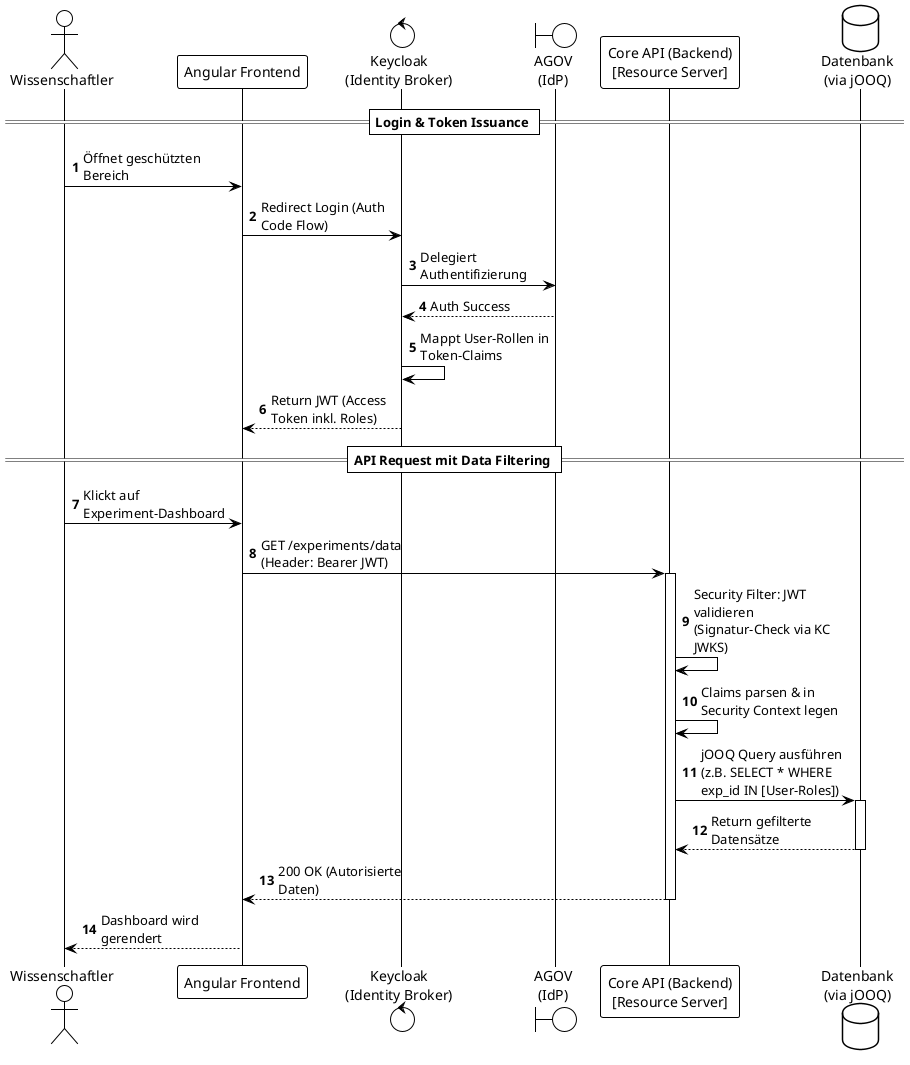
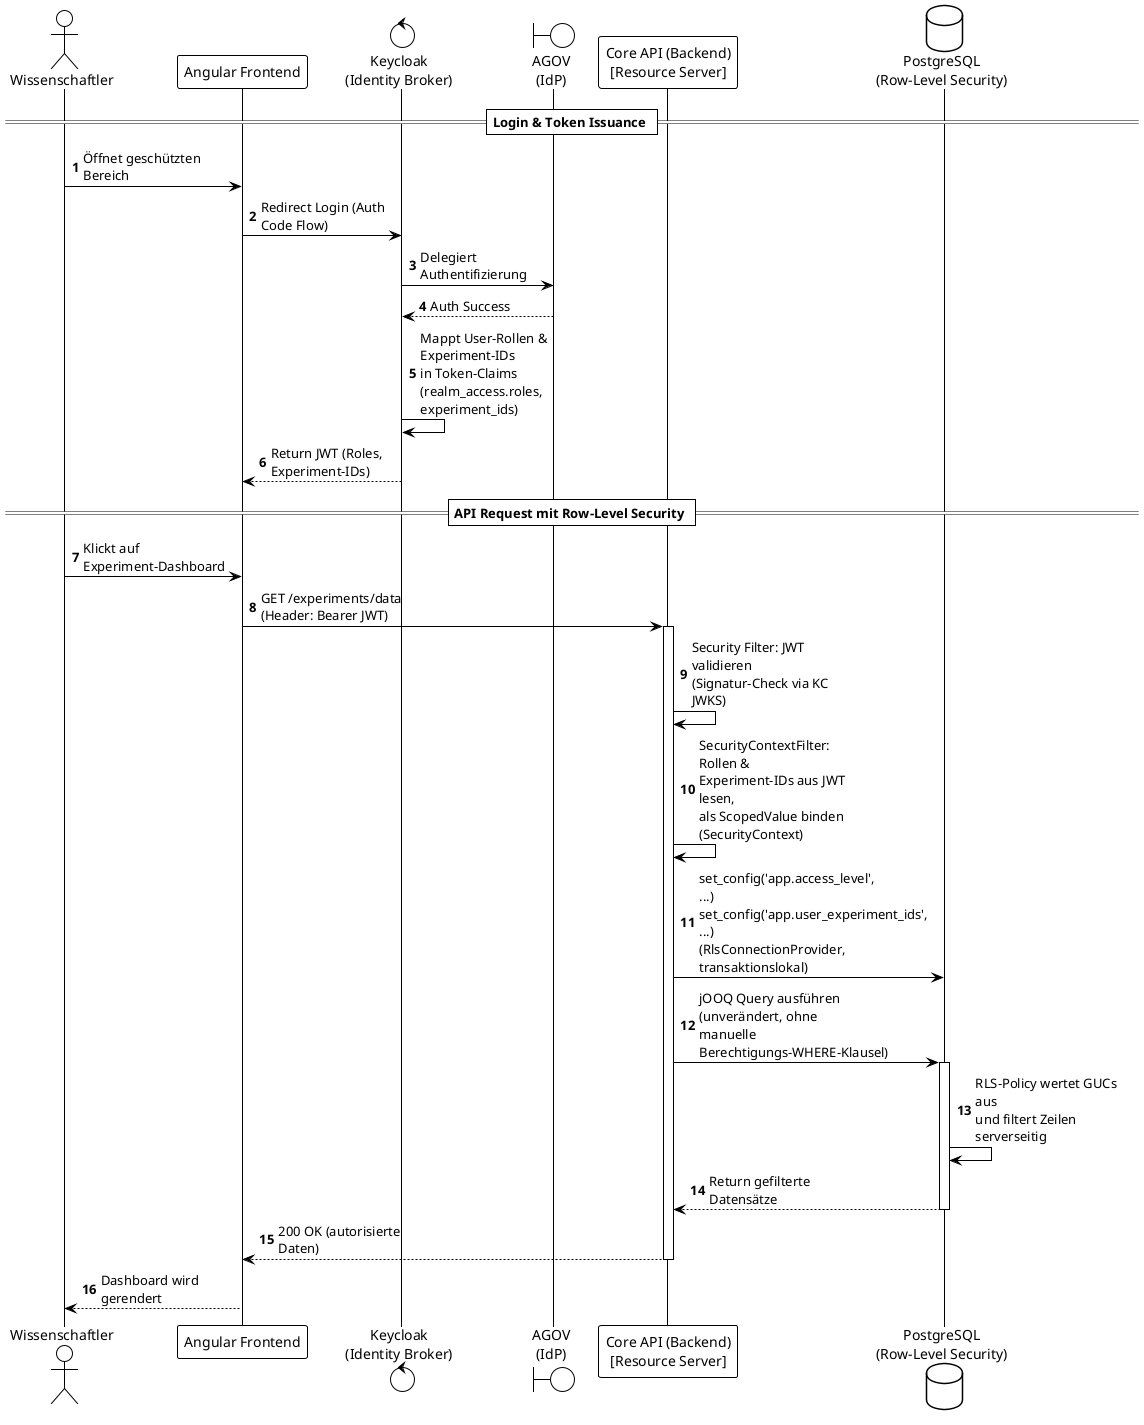
@startuml
!theme plain
autonumber
skinparam maxMessageSize 150

actor "Wissenschaftler" as User
participant "Angular Frontend" as UI
control "Keycloak\n(Identity Broker)" as KC
boundary "AGOV\n(IdP)" as AGOV
participant "Core API (Backend)\n[Resource Server]" as Backend
- database "Datenbank\n(via jOOQ)" as DB
+ database "PostgreSQL\n(Row-Level Security)" as DB

== Login & Token Issuance ==
User -> UI : Öffnet geschützten Bereich
UI -> KC : Redirect Login (Auth Code Flow)
KC -> AGOV : Delegiert Authentifizierung
AGOV --> KC : Auth Success
- KC -> KC : Mappt User-Rollen in Token-Claims
- KC --> UI : Return JWT (Access Token inkl. Roles)
+ KC -> KC : Mappt User-Rollen & Experiment-IDs\nin Token-Claims (realm_access.roles, experiment_ids)
+ KC --> UI : Return JWT (Roles, Experiment-IDs)

- == API Request mit Data Filtering ==
+ == API Request mit Row-Level Security ==
User -> UI : Klickt auf Experiment-Dashboard
UI -> Backend : GET /experiments/data\n(Header: Bearer JWT)
activate Backend

Backend -> Backend : Security Filter: JWT validieren\n(Signatur-Check via KC JWKS)
- Backend -> Backend : Claims parsen & in Security Context legen
+ Backend -> Backend : SecurityContextFilter: Rollen &\nExperiment-IDs aus JWT lesen,\nals ScopedValue binden (SecurityContext)

- Backend -> DB : jOOQ Query ausführen\n(z.B. SELECT * WHERE exp_id IN [User-Roles])
+ Backend -> DB : set_config('app.access_level', ...)\nset_config('app.user_experiment_ids', ...)\n(RlsConnectionProvider, transaktionslokal)
+ Backend -> DB : jOOQ Query ausführen\n(unverändert, ohne manuelle\nBerechtigungs-WHERE-Klausel)
activate DB
+ DB -> DB : RLS-Policy wertet GUCs aus\nund filtert Zeilen serverseitig
DB --> Backend : Return gefilterte Datensätze
deactivate DB

- Backend --> UI : 200 OK (Autorisierte Daten)
+ Backend --> UI : 200 OK (autorisierte Daten)
deactivate Backend

UI --> User : Dashboard wird gerendert

- @enduml+ @enduml
